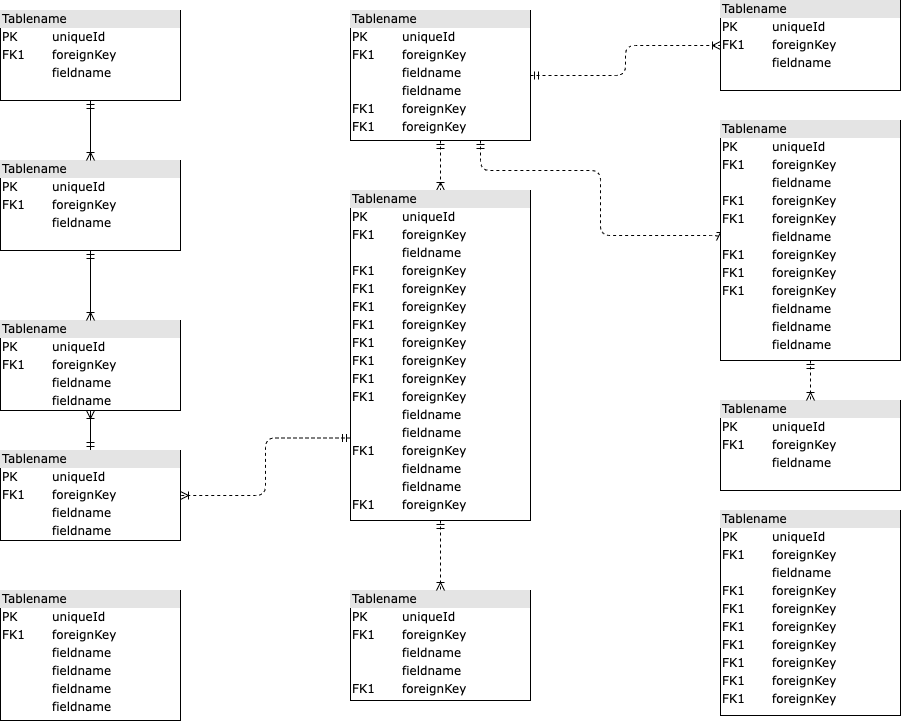
Before: ER图.png, a diagram exported from draw.io (HQiXuan/thinkPoint). Source tidied: cells renumbered, new cells last; positions are measured from the earlier drawing's top-left corner, leaving out a move shared by most shapes. Source of this version:
```xml
<mxGraphModel>
  <root>
    <mxCell id="0" />
    <mxCell id="1" parent="0" />
    <mxCell id="2" value="&lt;div style=&quot;box-sizing:border-box;width:100%;background:#e4e4e4;padding:2px;&quot;&gt;Tablename&lt;/div&gt;&lt;table style=&quot;width:100%;font-size:1em;&quot; cellpadding=&quot;2&quot; cellspacing=&quot;0&quot;&gt;&lt;tr&gt;&lt;td&gt;PK&lt;/td&gt;&lt;td&gt;uniqueId&lt;/td&gt;&lt;/tr&gt;&lt;tr&gt;&lt;td&gt;FK1&lt;/td&gt;&lt;td&gt;foreignKey&lt;/td&gt;&lt;/tr&gt;&lt;tr&gt;&lt;td&gt;&lt;/td&gt;&lt;td&gt;fieldname&lt;/td&gt;&lt;/tr&gt;&lt;/table&gt;" style="verticalAlign=top;align=left;overflow=fill;html=1;rounded=0;shadow=0;comic=0;labelBackgroundColor=none;strokeWidth=1;fontFamily=Verdana;fontSize=12;" parent="1" vertex="1">
      <mxGeometry y="10" width="180" height="90" as="geometry" />
    </mxCell>
    <mxCell id="3" style="edgeStyle=orthogonalEdgeStyle;html=1;entryX=0.5;entryY=0;dashed=1;labelBackgroundColor=none;startArrow=ERmandOne;endArrow=ERoneToMany;fontFamily=Verdana;fontSize=12;align=left;" parent="1" edge="1" source="6" target="16">
      <mxGeometry relative="1" as="geometry" />
    </mxCell>
    <mxCell id="4" style="edgeStyle=orthogonalEdgeStyle;html=1;dashed=1;labelBackgroundColor=none;startArrow=ERmandOne;endArrow=ERoneToMany;fontFamily=Verdana;fontSize=12;align=left;entryX=0;entryY=0.5;" parent="1" edge="1" source="6" target="19">
      <mxGeometry relative="1" as="geometry">
        <Array as="points">
          <mxPoint x="480" y="170" />
          <mxPoint x="600" y="170" />
          <mxPoint x="600" y="235" />
        </Array>
      </mxGeometry>
    </mxCell>
    <mxCell id="5" style="edgeStyle=orthogonalEdgeStyle;html=1;dashed=1;labelBackgroundColor=none;startArrow=ERmandOne;endArrow=ERoneToMany;fontFamily=Verdana;fontSize=12;align=left;" parent="1" edge="1" source="6" target="20">
      <mxGeometry relative="1" as="geometry" />
    </mxCell>
    <mxCell id="6" value="&lt;div style=&quot;box-sizing: border-box ; width: 100% ; background: #e4e4e4 ; padding: 2px&quot;&gt;Tablename&lt;/div&gt;&lt;table style=&quot;width: 100% ; font-size: 1em&quot; cellpadding=&quot;2&quot; cellspacing=&quot;0&quot;&gt;&lt;tbody&gt;&lt;tr&gt;&lt;td&gt;PK&lt;/td&gt;&lt;td&gt;uniqueId&lt;/td&gt;&lt;/tr&gt;&lt;tr&gt;&lt;td&gt;FK1&lt;/td&gt;&lt;td&gt;foreignKey&lt;/td&gt;&lt;/tr&gt;&lt;tr&gt;&lt;td&gt;&lt;/td&gt;&lt;td&gt;fieldname&lt;/td&gt;&lt;/tr&gt;&lt;tr&gt;&lt;td&gt;&lt;br&gt;&lt;/td&gt;&lt;td&gt;fieldname&lt;br&gt;&lt;/td&gt;&lt;/tr&gt;&lt;tr&gt;&lt;td&gt;FK1&lt;br&gt;&lt;/td&gt;&lt;td&gt;foreignKey&lt;br&gt;&lt;/td&gt;&lt;/tr&gt;&lt;tr&gt;&lt;td&gt;FK1&lt;br&gt;&lt;/td&gt;&lt;td&gt;foreignKey&lt;br&gt;&lt;/td&gt;&lt;/tr&gt;&lt;/tbody&gt;&lt;/table&gt;" style="verticalAlign=top;align=left;overflow=fill;html=1;rounded=0;shadow=0;comic=0;labelBackgroundColor=none;strokeWidth=1;fontFamily=Verdana;fontSize=12;" parent="1" vertex="1">
      <mxGeometry x="350" y="10" width="180" height="130" as="geometry" />
    </mxCell>
    <mxCell id="7" style="edgeStyle=orthogonalEdgeStyle;html=1;labelBackgroundColor=none;startArrow=ERmandOne;endArrow=ERoneToMany;fontFamily=Verdana;fontSize=12;align=left;" parent="1" edge="1" source="9" target="10">
      <mxGeometry relative="1" as="geometry" />
    </mxCell>
    <mxCell id="8" style="edgeStyle=orthogonalEdgeStyle;html=1;exitX=0;exitY=0.75;entryX=1;entryY=0.5;dashed=1;labelBackgroundColor=none;startArrow=ERmandOne;endArrow=ERoneToMany;fontFamily=Verdana;fontSize=12;align=left;" parent="1" edge="1" source="16" target="9">
      <mxGeometry relative="1" as="geometry" />
    </mxCell>
    <mxCell id="9" value="&lt;div style=&quot;box-sizing: border-box ; width: 100% ; background: #e4e4e4 ; padding: 2px&quot;&gt;Tablename&lt;/div&gt;&lt;table style=&quot;width: 100% ; font-size: 1em&quot; cellpadding=&quot;2&quot; cellspacing=&quot;0&quot;&gt;&lt;tbody&gt;&lt;tr&gt;&lt;td&gt;PK&lt;/td&gt;&lt;td&gt;uniqueId&lt;/td&gt;&lt;/tr&gt;&lt;tr&gt;&lt;td&gt;FK1&lt;/td&gt;&lt;td&gt;foreignKey&lt;/td&gt;&lt;/tr&gt;&lt;tr&gt;&lt;td&gt;&lt;/td&gt;&lt;td&gt;fieldname&lt;/td&gt;&lt;/tr&gt;&lt;tr&gt;&lt;td&gt;&lt;br&gt;&lt;/td&gt;&lt;td&gt;fieldname&lt;br&gt;&lt;/td&gt;&lt;/tr&gt;&lt;/tbody&gt;&lt;/table&gt;" style="verticalAlign=top;align=left;overflow=fill;html=1;rounded=0;shadow=0;comic=0;labelBackgroundColor=none;strokeWidth=1;fontFamily=Verdana;fontSize=12;" parent="1" vertex="1">
      <mxGeometry y="450" width="180" height="90" as="geometry" />
    </mxCell>
    <mxCell id="10" value="&lt;div style=&quot;box-sizing: border-box ; width: 100% ; background: #e4e4e4 ; padding: 2px&quot;&gt;Tablename&lt;/div&gt;&lt;table style=&quot;width: 100% ; font-size: 1em&quot; cellpadding=&quot;2&quot; cellspacing=&quot;0&quot;&gt;&lt;tbody&gt;&lt;tr&gt;&lt;td&gt;PK&lt;/td&gt;&lt;td&gt;uniqueId&lt;/td&gt;&lt;/tr&gt;&lt;tr&gt;&lt;td&gt;FK1&lt;/td&gt;&lt;td&gt;foreignKey&lt;/td&gt;&lt;/tr&gt;&lt;tr&gt;&lt;td&gt;&lt;/td&gt;&lt;td&gt;fieldname&lt;/td&gt;&lt;/tr&gt;&lt;tr&gt;&lt;td&gt;&lt;br&gt;&lt;/td&gt;&lt;td&gt;fieldname&lt;br&gt;&lt;/td&gt;&lt;/tr&gt;&lt;/tbody&gt;&lt;/table&gt;" style="verticalAlign=top;align=left;overflow=fill;html=1;rounded=0;shadow=0;comic=0;labelBackgroundColor=none;strokeWidth=1;fontFamily=Verdana;fontSize=12;" parent="1" vertex="1">
      <mxGeometry y="320" width="180" height="90" as="geometry" />
    </mxCell>
    <mxCell id="11" style="edgeStyle=orthogonalEdgeStyle;html=1;entryX=0.5;entryY=0;labelBackgroundColor=none;startArrow=ERmandOne;endArrow=ERoneToMany;fontFamily=Verdana;fontSize=12;align=left;" parent="1" edge="1" source="12" target="10">
      <mxGeometry relative="1" as="geometry" />
    </mxCell>
    <mxCell id="12" value="&lt;div style=&quot;box-sizing:border-box;width:100%;background:#e4e4e4;padding:2px;&quot;&gt;Tablename&lt;/div&gt;&lt;table style=&quot;width:100%;font-size:1em;&quot; cellpadding=&quot;2&quot; cellspacing=&quot;0&quot;&gt;&lt;tr&gt;&lt;td&gt;PK&lt;/td&gt;&lt;td&gt;uniqueId&lt;/td&gt;&lt;/tr&gt;&lt;tr&gt;&lt;td&gt;FK1&lt;/td&gt;&lt;td&gt;foreignKey&lt;/td&gt;&lt;/tr&gt;&lt;tr&gt;&lt;td&gt;&lt;/td&gt;&lt;td&gt;fieldname&lt;/td&gt;&lt;/tr&gt;&lt;/table&gt;" style="verticalAlign=top;align=left;overflow=fill;html=1;rounded=0;shadow=0;comic=0;labelBackgroundColor=none;strokeWidth=1;fontFamily=Verdana;fontSize=12;" parent="1" vertex="1">
      <mxGeometry y="160" width="180" height="90" as="geometry" />
    </mxCell>
    <mxCell id="13" value="&lt;div style=&quot;box-sizing: border-box ; width: 100% ; background: #e4e4e4 ; padding: 2px&quot;&gt;Tablename&lt;/div&gt;&lt;table style=&quot;width: 100% ; font-size: 1em&quot; cellpadding=&quot;2&quot; cellspacing=&quot;0&quot;&gt;&lt;tbody&gt;&lt;tr&gt;&lt;td&gt;PK&lt;/td&gt;&lt;td&gt;uniqueId&lt;/td&gt;&lt;/tr&gt;&lt;tr&gt;&lt;td&gt;FK1&lt;/td&gt;&lt;td&gt;foreignKey&lt;/td&gt;&lt;/tr&gt;&lt;tr&gt;&lt;td&gt;&lt;/td&gt;&lt;td&gt;fieldname&lt;/td&gt;&lt;/tr&gt;&lt;tr&gt;&lt;td&gt;FK1&lt;br&gt;&lt;/td&gt;&lt;td&gt;foreignKey&lt;br&gt;&lt;/td&gt;&lt;/tr&gt;&lt;tr&gt;&lt;td&gt;FK1&lt;br&gt;&lt;/td&gt;&lt;td&gt;foreignKey&lt;br&gt;&lt;/td&gt;&lt;/tr&gt;&lt;tr&gt;&lt;td&gt;FK1&lt;br&gt;&lt;/td&gt;&lt;td&gt;foreignKey&lt;br&gt;&lt;/td&gt;&lt;/tr&gt;&lt;tr&gt;&lt;td&gt;FK1&lt;br&gt;&lt;/td&gt;&lt;td&gt;foreignKey&lt;br&gt;&lt;/td&gt;&lt;/tr&gt;&lt;tr&gt;&lt;td&gt;FK1&lt;br&gt;&lt;/td&gt;&lt;td&gt;foreignKey&lt;br&gt;&lt;/td&gt;&lt;/tr&gt;&lt;tr&gt;&lt;td&gt;FK1&lt;br&gt;&lt;/td&gt;&lt;td&gt;foreignKey&lt;br&gt;&lt;/td&gt;&lt;/tr&gt;&lt;tr&gt;&lt;td&gt;FK1&lt;br&gt;&lt;/td&gt;&lt;td&gt;foreignKey&lt;br&gt;&lt;/td&gt;&lt;/tr&gt;&lt;/tbody&gt;&lt;/table&gt;" style="verticalAlign=top;align=left;overflow=fill;html=1;rounded=0;shadow=0;comic=0;labelBackgroundColor=none;strokeWidth=1;fontFamily=Verdana;fontSize=12;" parent="1" vertex="1">
      <mxGeometry x="720" y="510" width="180" height="205" as="geometry" />
    </mxCell>
    <mxCell id="14" value="&lt;div style=&quot;box-sizing: border-box ; width: 100% ; background: #e4e4e4 ; padding: 2px&quot;&gt;Tablename&lt;/div&gt;&lt;table style=&quot;width: 100% ; font-size: 1em&quot; cellpadding=&quot;2&quot; cellspacing=&quot;0&quot;&gt;&lt;tbody&gt;&lt;tr&gt;&lt;td&gt;PK&lt;/td&gt;&lt;td&gt;uniqueId&lt;/td&gt;&lt;/tr&gt;&lt;tr&gt;&lt;td&gt;FK1&lt;/td&gt;&lt;td&gt;foreignKey&lt;/td&gt;&lt;/tr&gt;&lt;tr&gt;&lt;td&gt;&lt;/td&gt;&lt;td&gt;fieldname&lt;/td&gt;&lt;/tr&gt;&lt;tr&gt;&lt;td&gt;&lt;br&gt;&lt;/td&gt;&lt;td&gt;fieldname&lt;br&gt;&lt;/td&gt;&lt;/tr&gt;&lt;tr&gt;&lt;td&gt;FK1&lt;br&gt;&lt;/td&gt;&lt;td&gt;foreignKey&lt;br&gt;&lt;/td&gt;&lt;/tr&gt;&lt;/tbody&gt;&lt;/table&gt;" style="verticalAlign=top;align=left;overflow=fill;html=1;rounded=0;shadow=0;comic=0;labelBackgroundColor=none;strokeWidth=1;fontFamily=Verdana;fontSize=12;" parent="1" vertex="1">
      <mxGeometry x="350" y="590" width="180" height="110" as="geometry" />
    </mxCell>
    <mxCell id="15" style="edgeStyle=orthogonalEdgeStyle;html=1;entryX=0.5;entryY=0;labelBackgroundColor=none;startArrow=ERmandOne;endArrow=ERoneToMany;fontFamily=Verdana;fontSize=12;align=left;dashed=1;" parent="1" edge="1" source="16" target="14">
      <mxGeometry relative="1" as="geometry" />
    </mxCell>
    <mxCell id="16" value="&lt;div style=&quot;box-sizing: border-box ; width: 100% ; background: #e4e4e4 ; padding: 2px&quot;&gt;Tablename&lt;/div&gt;&lt;table style=&quot;width: 100% ; font-size: 1em&quot; cellpadding=&quot;2&quot; cellspacing=&quot;0&quot;&gt;&lt;tbody&gt;&lt;tr&gt;&lt;td&gt;PK&lt;/td&gt;&lt;td&gt;uniqueId&lt;/td&gt;&lt;/tr&gt;&lt;tr&gt;&lt;td&gt;FK1&lt;/td&gt;&lt;td&gt;foreignKey&lt;/td&gt;&lt;/tr&gt;&lt;tr&gt;&lt;td&gt;&lt;/td&gt;&lt;td&gt;fieldname&lt;/td&gt;&lt;/tr&gt;&lt;tr&gt;&lt;td&gt;FK1&lt;br&gt;&lt;/td&gt;&lt;td&gt;foreignKey&lt;br&gt;&lt;/td&gt;&lt;/tr&gt;&lt;tr&gt;&lt;td&gt;FK1&lt;br&gt;&lt;/td&gt;&lt;td&gt;foreignKey&lt;br&gt;&lt;/td&gt;&lt;/tr&gt;&lt;tr&gt;&lt;td&gt;FK1&lt;br&gt;&lt;/td&gt;&lt;td&gt;foreignKey&lt;br&gt;&lt;/td&gt;&lt;/tr&gt;&lt;tr&gt;&lt;td&gt;FK1&lt;br&gt;&lt;/td&gt;&lt;td&gt;foreignKey&lt;br&gt;&lt;/td&gt;&lt;/tr&gt;&lt;tr&gt;&lt;td&gt;FK1&lt;br&gt;&lt;/td&gt;&lt;td&gt;foreignKey&lt;br&gt;&lt;/td&gt;&lt;/tr&gt;&lt;tr&gt;&lt;td&gt;FK1&lt;br&gt;&lt;/td&gt;&lt;td&gt;foreignKey&lt;br&gt;&lt;/td&gt;&lt;/tr&gt;&lt;tr&gt;&lt;td&gt;FK1&lt;br&gt;&lt;/td&gt;&lt;td&gt;foreignKey&lt;br&gt;&lt;/td&gt;&lt;/tr&gt;&lt;tr&gt;&lt;td&gt;FK1&lt;br&gt;&lt;/td&gt;&lt;td&gt;foreignKey&lt;br&gt;&lt;/td&gt;&lt;/tr&gt;&lt;tr&gt;&lt;td&gt;&lt;br&gt;&lt;/td&gt;&lt;td&gt;fieldname&lt;br&gt;&lt;/td&gt;&lt;/tr&gt;&lt;tr&gt;&lt;td&gt;&lt;br&gt;&lt;/td&gt;&lt;td&gt;fieldname&lt;br&gt;&lt;/td&gt;&lt;/tr&gt;&lt;tr&gt;&lt;td&gt;FK1&lt;br&gt;&lt;/td&gt;&lt;td&gt;foreignKey&lt;br&gt;&lt;/td&gt;&lt;/tr&gt;&lt;tr&gt;&lt;td&gt;&lt;br&gt;&lt;/td&gt;&lt;td&gt;fieldname&lt;br&gt;&lt;/td&gt;&lt;/tr&gt;&lt;tr&gt;&lt;td&gt;&lt;br&gt;&lt;/td&gt;&lt;td&gt;fieldname&lt;br&gt;&lt;/td&gt;&lt;/tr&gt;&lt;tr&gt;&lt;td&gt;FK1&lt;br&gt;&lt;/td&gt;&lt;td&gt;foreignKey&lt;br&gt;&lt;/td&gt;&lt;/tr&gt;&lt;/tbody&gt;&lt;/table&gt;" style="verticalAlign=top;align=left;overflow=fill;html=1;rounded=0;shadow=0;comic=0;labelBackgroundColor=none;strokeWidth=1;fontFamily=Verdana;fontSize=12;" parent="1" vertex="1">
      <mxGeometry x="350" y="190" width="180" height="330" as="geometry" />
    </mxCell>
    <mxCell id="17" value="&lt;div style=&quot;box-sizing:border-box;width:100%;background:#e4e4e4;padding:2px;&quot;&gt;Tablename&lt;/div&gt;&lt;table style=&quot;width:100%;font-size:1em;&quot; cellpadding=&quot;2&quot; cellspacing=&quot;0&quot;&gt;&lt;tr&gt;&lt;td&gt;PK&lt;/td&gt;&lt;td&gt;uniqueId&lt;/td&gt;&lt;/tr&gt;&lt;tr&gt;&lt;td&gt;FK1&lt;/td&gt;&lt;td&gt;foreignKey&lt;/td&gt;&lt;/tr&gt;&lt;tr&gt;&lt;td&gt;&lt;/td&gt;&lt;td&gt;fieldname&lt;/td&gt;&lt;/tr&gt;&lt;/table&gt;" style="verticalAlign=top;align=left;overflow=fill;html=1;rounded=0;shadow=0;comic=0;labelBackgroundColor=none;strokeWidth=1;fontFamily=Verdana;fontSize=12;" parent="1" vertex="1">
      <mxGeometry x="720" y="400" width="180" height="90" as="geometry" />
    </mxCell>
    <mxCell id="18" style="edgeStyle=orthogonalEdgeStyle;html=1;entryX=0.5;entryY=0;dashed=1;labelBackgroundColor=none;startArrow=ERmandOne;endArrow=ERoneToMany;fontFamily=Verdana;fontSize=12;align=left;" parent="1" edge="1" source="19" target="17">
      <mxGeometry relative="1" as="geometry" />
    </mxCell>
    <mxCell id="19" value="&lt;div style=&quot;box-sizing: border-box ; width: 100% ; background: #e4e4e4 ; padding: 2px&quot;&gt;Tablename&lt;/div&gt;&lt;table style=&quot;width: 100% ; font-size: 1em&quot; cellpadding=&quot;2&quot; cellspacing=&quot;0&quot;&gt;&lt;tbody&gt;&lt;tr&gt;&lt;td&gt;PK&lt;/td&gt;&lt;td&gt;uniqueId&lt;/td&gt;&lt;/tr&gt;&lt;tr&gt;&lt;td&gt;FK1&lt;/td&gt;&lt;td&gt;foreignKey&lt;/td&gt;&lt;/tr&gt;&lt;tr&gt;&lt;td&gt;&lt;/td&gt;&lt;td&gt;fieldname&lt;/td&gt;&lt;/tr&gt;&lt;tr&gt;&lt;td&gt;FK1&lt;br&gt;&lt;/td&gt;&lt;td&gt;foreignKey&lt;br&gt;&lt;/td&gt;&lt;/tr&gt;&lt;tr&gt;&lt;td&gt;FK1&lt;br&gt;&lt;/td&gt;&lt;td&gt;foreignKey&lt;br&gt;&lt;/td&gt;&lt;/tr&gt;&lt;tr&gt;&lt;td&gt;&lt;br&gt;&lt;/td&gt;&lt;td&gt;fieldname&lt;br&gt;&lt;/td&gt;&lt;/tr&gt;&lt;tr&gt;&lt;td&gt;FK1&lt;br&gt;&lt;/td&gt;&lt;td&gt;foreignKey&lt;br&gt;&lt;/td&gt;&lt;/tr&gt;&lt;tr&gt;&lt;td&gt;FK1&lt;br&gt;&lt;/td&gt;&lt;td&gt;foreignKey&lt;br&gt;&lt;/td&gt;&lt;/tr&gt;&lt;tr&gt;&lt;td&gt;FK1&lt;br&gt;&lt;/td&gt;&lt;td&gt;foreignKey&lt;br&gt;&lt;/td&gt;&lt;/tr&gt;&lt;tr&gt;&lt;td&gt;&lt;br&gt;&lt;/td&gt;&lt;td&gt;fieldname&lt;br&gt;&lt;/td&gt;&lt;/tr&gt;&lt;tr&gt;&lt;td&gt;&lt;br&gt;&lt;/td&gt;&lt;td&gt;fieldname&lt;br&gt;&lt;/td&gt;&lt;/tr&gt;&lt;tr&gt;&lt;td&gt;&lt;br&gt;&lt;/td&gt;&lt;td&gt;fieldname&lt;br&gt;&lt;/td&gt;&lt;/tr&gt;&lt;/tbody&gt;&lt;/table&gt;" style="verticalAlign=top;align=left;overflow=fill;html=1;rounded=0;shadow=0;comic=0;labelBackgroundColor=none;strokeWidth=1;fontFamily=Verdana;fontSize=12;" parent="1" vertex="1">
      <mxGeometry x="720" y="120" width="180" height="240" as="geometry" />
    </mxCell>
    <mxCell id="20" value="&lt;div style=&quot;box-sizing:border-box;width:100%;background:#e4e4e4;padding:2px;&quot;&gt;Tablename&lt;/div&gt;&lt;table style=&quot;width:100%;font-size:1em;&quot; cellpadding=&quot;2&quot; cellspacing=&quot;0&quot;&gt;&lt;tr&gt;&lt;td&gt;PK&lt;/td&gt;&lt;td&gt;uniqueId&lt;/td&gt;&lt;/tr&gt;&lt;tr&gt;&lt;td&gt;FK1&lt;/td&gt;&lt;td&gt;foreignKey&lt;/td&gt;&lt;/tr&gt;&lt;tr&gt;&lt;td&gt;&lt;/td&gt;&lt;td&gt;fieldname&lt;/td&gt;&lt;/tr&gt;&lt;/table&gt;" style="verticalAlign=top;align=left;overflow=fill;html=1;rounded=0;shadow=0;comic=0;labelBackgroundColor=none;strokeWidth=1;fontFamily=Verdana;fontSize=12;" parent="1" vertex="1">
      <mxGeometry x="720" width="180" height="90" as="geometry" />
    </mxCell>
    <mxCell id="21" value="&lt;div style=&quot;box-sizing: border-box ; width: 100% ; background: #e4e4e4 ; padding: 2px&quot;&gt;Tablename&lt;/div&gt;&lt;table style=&quot;width: 100% ; font-size: 1em&quot; cellpadding=&quot;2&quot; cellspacing=&quot;0&quot;&gt;&lt;tbody&gt;&lt;tr&gt;&lt;td&gt;PK&lt;/td&gt;&lt;td&gt;uniqueId&lt;/td&gt;&lt;/tr&gt;&lt;tr&gt;&lt;td&gt;FK1&lt;/td&gt;&lt;td&gt;foreignKey&lt;/td&gt;&lt;/tr&gt;&lt;tr&gt;&lt;td&gt;&lt;/td&gt;&lt;td&gt;fieldname&lt;/td&gt;&lt;/tr&gt;&lt;tr&gt;&lt;td&gt;&lt;br&gt;&lt;/td&gt;&lt;td&gt;fieldname&lt;br&gt;&lt;/td&gt;&lt;/tr&gt;&lt;tr&gt;&lt;td&gt;&lt;br&gt;&lt;/td&gt;&lt;td&gt;fieldname&lt;br&gt;&lt;/td&gt;&lt;/tr&gt;&lt;tr&gt;&lt;td&gt;&lt;br&gt;&lt;/td&gt;&lt;td&gt;fieldname&lt;br&gt;&lt;/td&gt;&lt;/tr&gt;&lt;/tbody&gt;&lt;/table&gt;" style="verticalAlign=top;align=left;overflow=fill;html=1;rounded=0;shadow=0;comic=0;labelBackgroundColor=none;strokeWidth=1;fontFamily=Verdana;fontSize=12;" parent="1" vertex="1">
      <mxGeometry y="590" width="180" height="130" as="geometry" />
    </mxCell>
    <mxCell id="22" style="edgeStyle=orthogonalEdgeStyle;html=1;endArrow=ERoneToMany;startArrow=ERmandOne;labelBackgroundColor=none;fontFamily=Verdana;fontSize=12;align=left;exitX=0.5;exitY=1;entryX=0.5;entryY=0;" parent="1" edge="1" source="2" target="12">
      <mxGeometry relative="1" as="geometry" />
    </mxCell>
  </root>
</mxGraphModel>
```
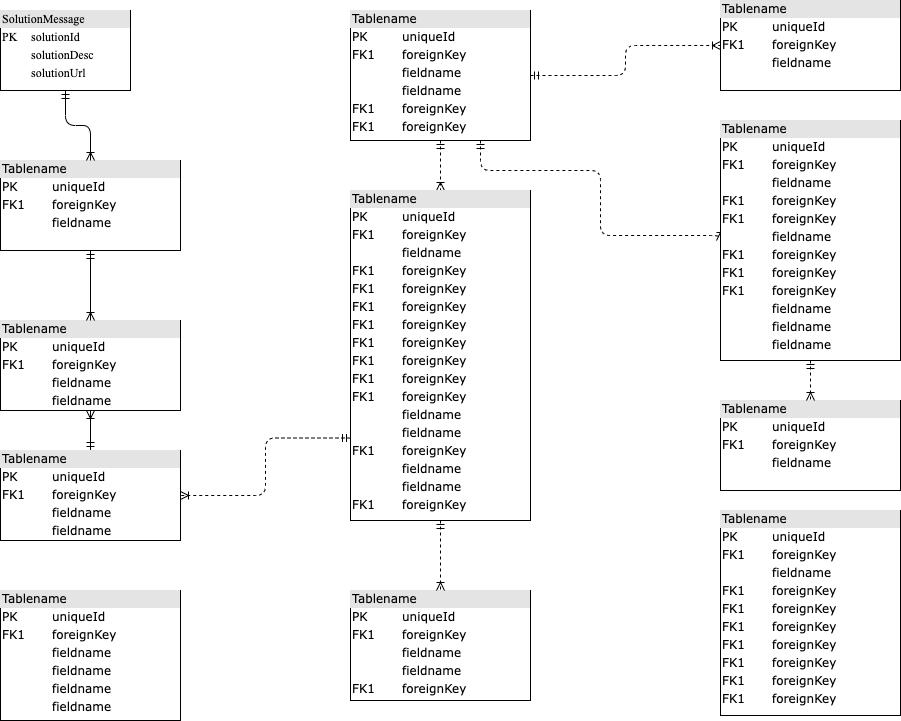
The same file after the commit.

Change to the diagram source:
```diff
@@ -2,8 +2,8 @@
   <root>
     <mxCell id="0" />
     <mxCell id="1" parent="0" />
-    <mxCell id="2" value="&lt;div style=&quot;box-sizing:border-box;width:100%;background:#e4e4e4;padding:2px;&quot;&gt;Tablename&lt;/div&gt;&lt;table style=&quot;width:100%;font-size:1em;&quot; cellpadding=&quot;2&quot; cellspacing=&quot;0&quot;&gt;&lt;tr&gt;&lt;td&gt;PK&lt;/td&gt;&lt;td&gt;uniqueId&lt;/td&gt;&lt;/tr&gt;&lt;tr&gt;&lt;td&gt;FK1&lt;/td&gt;&lt;td&gt;foreignKey&lt;/td&gt;&lt;/tr&gt;&lt;tr&gt;&lt;td&gt;&lt;/td&gt;&lt;td&gt;fieldname&lt;/td&gt;&lt;/tr&gt;&lt;/table&gt;" style="verticalAlign=top;align=left;overflow=fill;html=1;rounded=0;shadow=0;comic=0;labelBackgroundColor=none;strokeWidth=1;fontFamily=Verdana;fontSize=12;" parent="1" vertex="1">
-      <mxGeometry y="10" width="180" height="90" as="geometry" />
+    <mxCell id="2" value="&lt;div style=&quot;box-sizing: border-box ; width: 100% ; background: #e4e4e4 ; padding: 2px&quot;&gt;&lt;font style=&quot;font-size: 12px&quot; face=&quot;Times New Roman&quot;&gt;SolutionMessage&lt;/font&gt;&lt;/div&gt;&lt;table style=&quot;width: 100%&quot; cellpadding=&quot;2&quot; cellspacing=&quot;0&quot;&gt;&lt;tbody&gt;&lt;tr&gt;&lt;td&gt;&lt;font style=&quot;font-size: 12px&quot; face=&quot;Times New Roman&quot;&gt;PK&lt;/font&gt;&lt;/td&gt;&lt;td&gt;&lt;font style=&quot;font-size: 12px&quot; face=&quot;Times New Roman&quot;&gt;solutionId&lt;/font&gt;&lt;/td&gt;&lt;/tr&gt;&lt;tr&gt;&lt;td&gt;&lt;font style=&quot;font-size: 12px&quot; face=&quot;Times New Roman&quot;&gt;&lt;br&gt;&lt;/font&gt;&lt;/td&gt;&lt;td&gt;&lt;font style=&quot;font-size: 12px&quot; face=&quot;Times New Roman&quot;&gt;solutionDesc&lt;/font&gt;&lt;/td&gt;&lt;/tr&gt;&lt;tr&gt;&lt;td&gt;&lt;/td&gt;&lt;td&gt;&lt;font style=&quot;font-size: 12px&quot; face=&quot;Times New Roman&quot;&gt;solutionUrl&lt;/font&gt;&lt;/td&gt;&lt;/tr&gt;&lt;/tbody&gt;&lt;/table&gt;" style="verticalAlign=top;align=left;overflow=fill;html=1;rounded=0;shadow=0;comic=0;labelBackgroundColor=none;strokeWidth=1;fontFamily=Verdana;fontSize=12;" parent="1" vertex="1">
+      <mxGeometry y="10" width="130" height="80" as="geometry" />
     </mxCell>
     <mxCell id="3" style="edgeStyle=orthogonalEdgeStyle;html=1;entryX=0.5;entryY=0;dashed=1;labelBackgroundColor=none;startArrow=ERmandOne;endArrow=ERoneToMany;fontFamily=Verdana;fontSize=12;align=left;" parent="1" edge="1" source="6" target="16">
       <mxGeometry relative="1" as="geometry" />
```
